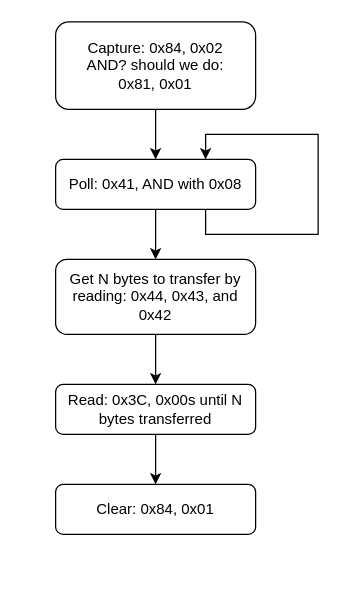
curtywang/ee5450-module2-camera keeps this draw.io diagram as arduchip.drawio. Above is the earlier version. Source tidied: cells renumbered, new cells numbered last; positions are measured from the earlier drawing's top-left corner, leaving out a move shared by most shapes. Both pictures are drawn from the tidied source at 125%, with x=0, y=0 at pixel (55, 21).
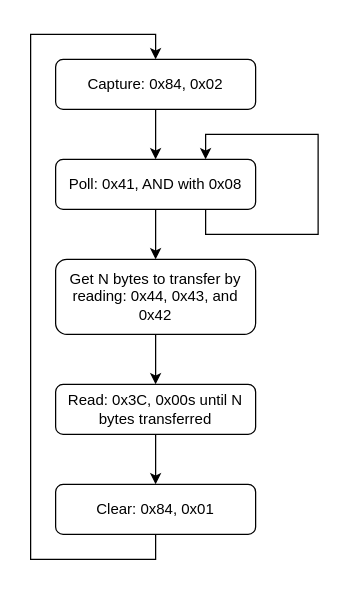
After the change.

The edit, as a diff of the source:
```diff
@@
 <mxGraphModel>
   <root>
     <mxCell id="0" />
     <mxCell id="1" parent="0" />
     <mxCell id="2" style="edgeStyle=orthogonalEdgeStyle;rounded=0;jettySize=auto;html=1;" parent="1" edge="1" source="3" target="5">
       <mxGeometry relative="1" as="geometry" />
     </mxCell>
-    <mxCell id="3" value="Capture: 0x84, 0x02&lt;br&gt;AND? should we do:&lt;br&gt;0x81, 0x01" style="rounded=1;whiteSpace=wrap;html=1;" parent="1" vertex="1">
-      <mxGeometry width="160" height="70" as="geometry" />
+    <mxCell id="3" value="Capture: 0x84, 0x02" style="rounded=1;whiteSpace=wrap;html=1;" parent="1" vertex="1">
+      <mxGeometry y="30" width="160" height="40" as="geometry" />
     </mxCell>
     <mxCell id="4" style="edgeStyle=orthogonalEdgeStyle;rounded=0;jettySize=auto;html=1;" parent="1" edge="1" source="5" target="11">
       <mxGeometry relative="1" as="geometry" />
     </mxCell>
     <mxCell id="5" value="Poll: 0x41, AND with 0x08" style="rounded=1;whiteSpace=wrap;html=1;" parent="1" vertex="1">
       <mxGeometry y="110" width="160" height="40" as="geometry" />
     </mxCell>
     <mxCell id="6" style="edgeStyle=orthogonalEdgeStyle;rounded=0;jettySize=auto;html=1;" parent="1" edge="1" source="7" target="8">
       <mxGeometry relative="1" as="geometry" />
     </mxCell>
     <mxCell id="7" value="Read: 0x3C, 0x00s until N bytes transferred" style="rounded=1;whiteSpace=wrap;html=1;" parent="1" vertex="1">
       <mxGeometry y="290" width="160" height="40" as="geometry" />
     </mxCell>
+    <mxCell id="12" style="edgeStyle=orthogonalEdgeStyle;rounded=0;jettySize=auto;html=1;entryX=0.5;entryY=0;entryDx=0;entryDy=0;exitX=0.5;exitY=1;exitDx=0;exitDy=0;" parent="1" edge="1" source="8" target="3">
+      <mxGeometry relative="1" as="geometry">
+        <Array as="points">
+          <mxPoint x="80" y="430" />
+          <mxPoint x="-20" y="430" />
+          <mxPoint x="-20" y="10" />
+          <mxPoint x="80" y="10" />
+        </Array>
+      </mxGeometry>
+    </mxCell>
     <mxCell id="8" value="Clear: 0x84, 0x01" style="rounded=1;whiteSpace=wrap;html=1;" parent="1" vertex="1">
       <mxGeometry y="370" width="160" height="40" as="geometry" />
     </mxCell>
     <mxCell id="9" style="edgeStyle=orthogonalEdgeStyle;rounded=0;orthogonalLoop=1;jettySize=auto;html=1;exitX=0.75;exitY=1;exitDx=0;exitDy=0;entryX=0.75;entryY=0;entryDx=0;entryDy=0;" parent="1" edge="1" source="5" target="5">
       <mxGeometry relative="1" as="geometry">
         <Array as="points">
           <mxPoint x="120" y="170" />
           <mxPoint x="210" y="170" />
           <mxPoint x="210" y="90" />
           <mxPoint x="120" y="90" />
         </Array>
       </mxGeometry>
     </mxCell>
     <mxCell id="10" style="edgeStyle=orthogonalEdgeStyle;rounded=0;jettySize=auto;html=1;" parent="1" edge="1" source="11" target="7">
       <mxGeometry relative="1" as="geometry" />
     </mxCell>
     <mxCell id="11" value="Get N bytes to transfer by reading: 0x44, 0x43, and 0x42" style="rounded=1;whiteSpace=wrap;html=1;" parent="1" vertex="1">
       <mxGeometry y="190" width="160" height="60" as="geometry" />
     </mxCell>
   </root>
 </mxGraphModel>
```
